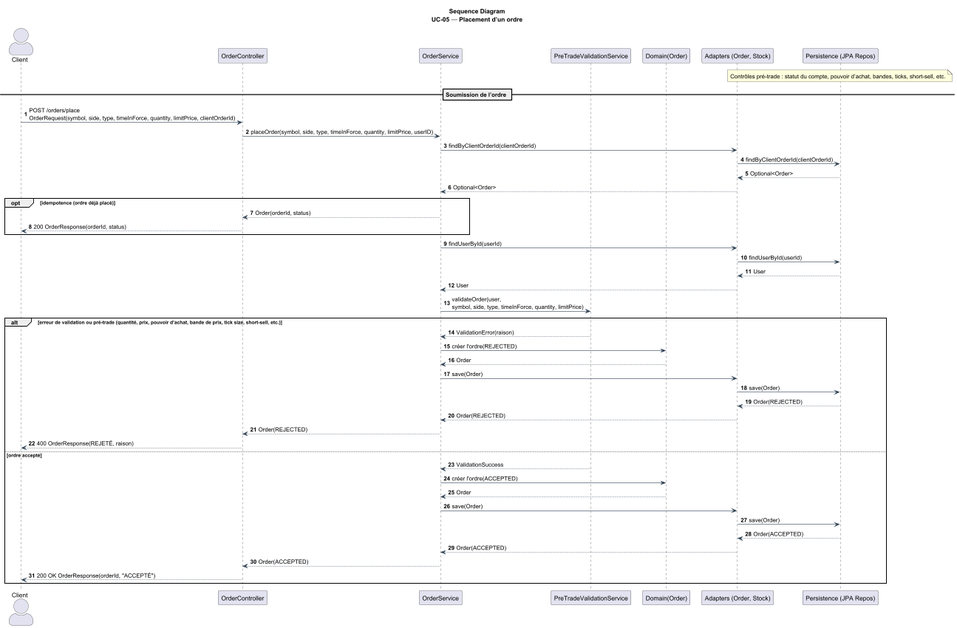
Before: docs/architecture/4+1/processView/sequenceDiagrams/sequenceDiagramUC05.png, a diagram exported from PlantUML (Hugo-12341234/BrokerX_MicroServices). Its diagram source:
```plantuml
@startuml

title Sequence Diagram\nUC-05 — Placement d’un ordre

skinparam ParticipantPadding 8
skinparam BoxPadding 6
skinparam Shadowing false
skinparam ArrowColor #2c3e50
skinparam ActorStyle awesome
autonumber

actor Client
participant OrderController
participant OrderService
participant PreTradeValidationService
participant "Domain(Order)" as Domain
participant "Adapters (Order, Stock)" as Adapters
participant "Persistence (JPA Repos)" as Persistence

note over Persistence
Contrôles pré-trade : statut du compte, pouvoir d’achat, bandes, ticks, short-sell, etc.
end note

== Soumission de l’ordre ==
Client -> OrderController: POST /orders/place\nOrderRequest(symbol, side, type, timeInForce, quantity, limitPrice, clientOrderId)
OrderController -> OrderService: placeOrder(symbol, side, type, timeInForce, quantity, limitPrice, userID)

OrderService -> Adapters: findByClientOrderId(clientOrderId)
Adapters -> Persistence: findByClientOrderId(clientOrderId)
Persistence --> Adapters: Optional<Order>
Adapters --> OrderService: Optional<Order>

opt idempotence (ordre déjà placé)
    OrderService --> OrderController: Order(orderId, status)
    OrderController --> Client: 200 OrderResponse(orderId, status)
end

OrderService -> Adapters: findUserById(userId)
  Adapters -> Persistence: findUserById(userId)
  Persistence --> Adapters: User
  Adapters --> OrderService: User

OrderService -> PreTradeValidationService: validateOrder(user,\nsymbol, side, type, timeInForce, quantity, limitPrice)

alt erreur de validation ou pré-trade (quantité, prix, pouvoir d’achat, bande de prix, tick size, short-sell, etc.)
  PreTradeValidationService --> OrderService: ValidationError(raison)
    OrderService -> Domain: créer l'ordre(REJECTED)
      Domain --> OrderService: Order
      OrderService -> Adapters: save(Order)
    Adapters -> Persistence: save(Order)
    Persistence --> Adapters: Order(REJECTED)
    Adapters --> OrderService: Order(REJECTED)
  OrderService --> OrderController: Order(REJECTED)
  OrderController --> Client: 400 OrderResponse(REJETÉ, raison)
else ordre accepté
    PreTradeValidationService --> OrderService: ValidationSuccess
  OrderService -> Domain: créer l'ordre(ACCEPTED)
    Domain --> OrderService: Order
    OrderService -> Adapters: save(Order)
  Adapters -> Persistence: save(Order)
  Persistence --> Adapters: Order(ACCEPTED)
  Adapters --> OrderService: Order(ACCEPTED)

  OrderService --> OrderController: Order(ACCEPTED)
  OrderController --> Client: 200 OK OrderResponse(orderId, "ACCEPTÉ")
end

@enduml
```
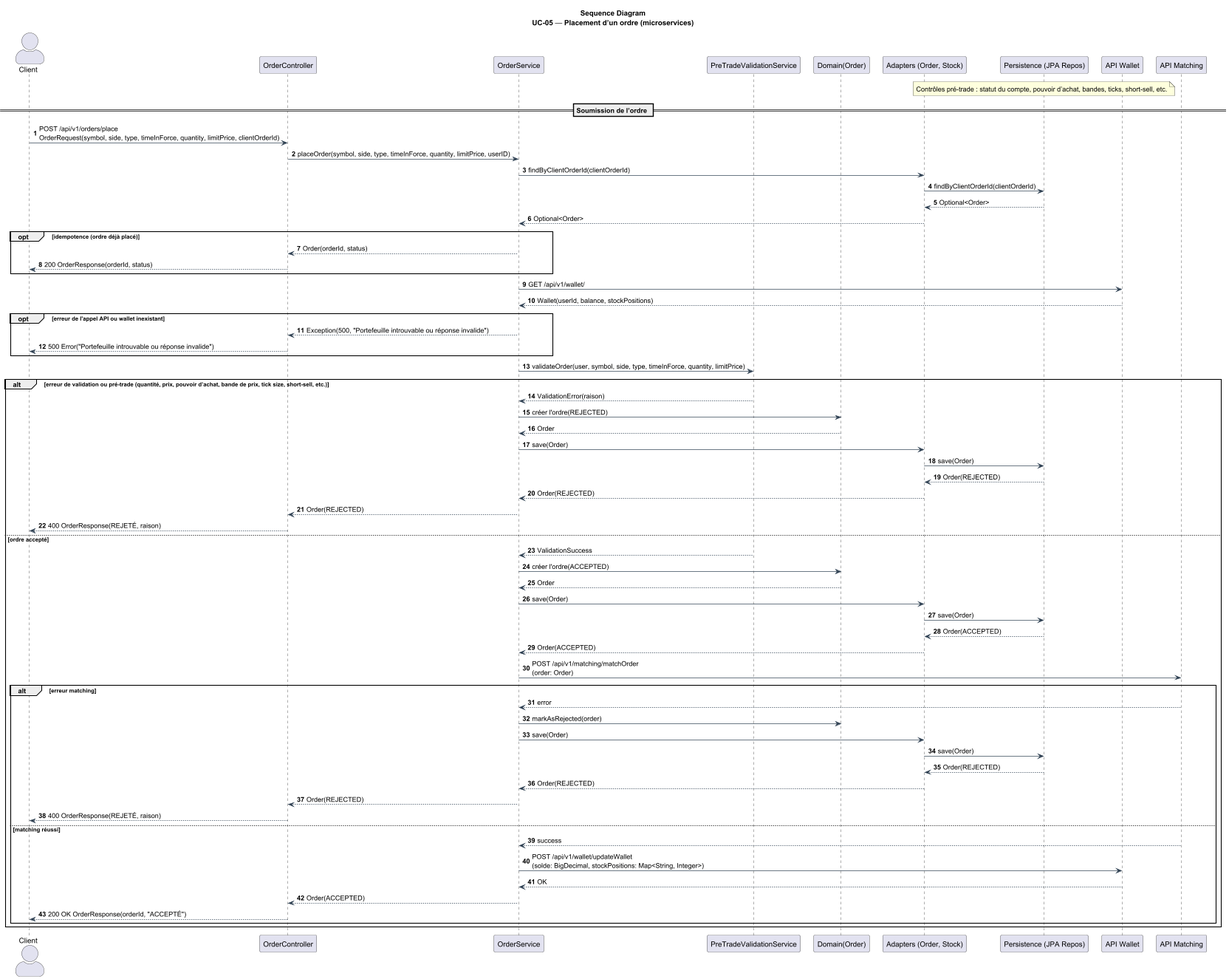
After the change.

What changed in the source:
```diff
@@ -1,6 +1,6 @@
 @startuml
 
-title Sequence Diagram\nUC-05 — Placement d’un ordre
+title Sequence Diagram\nUC-05 — Placement d’un ordre (microservices)
 
 skinparam ParticipantPadding 8
 skinparam BoxPadding 6
@@ -16,13 +16,15 @@
 participant "Domain(Order)" as Domain
 participant "Adapters (Order, Stock)" as Adapters
 participant "Persistence (JPA Repos)" as Persistence
+participant "API Wallet" as WalletAPI
+participant "API Matching" as MatchingAPI
 
 note over Persistence
 Contrôles pré-trade : statut du compte, pouvoir d’achat, bandes, ticks, short-sell, etc.
 end note
 
 == Soumission de l’ordre ==
-Client -> OrderController: POST /orders/place\nOrderRequest(symbol, side, type, timeInForce, quantity, limitPrice, clientOrderId)
+Client -> OrderController: POST /api/v1/orders/place\nOrderRequest(symbol, side, type, timeInForce, quantity, limitPrice, clientOrderId)
 OrderController -> OrderService: placeOrder(symbol, side, type, timeInForce, quantity, limitPrice, userID)
 
 OrderService -> Adapters: findByClientOrderId(clientOrderId)
@@ -35,12 +37,15 @@
     OrderController --> Client: 200 OrderResponse(orderId, status)
 end
 
-OrderService -> Adapters: findUserById(userId)
-  Adapters -> Persistence: findUserById(userId)
-  Persistence --> Adapters: User
-  Adapters --> OrderService: User
+OrderService -> WalletAPI: GET /api/v1/wallet/
+WalletAPI --> OrderService: Wallet(userId, balance, stockPositions)
 
-OrderService -> PreTradeValidationService: validateOrder(user,\nsymbol, side, type, timeInForce, quantity, limitPrice)
+opt erreur de l'appel API ou wallet inexistant
+  OrderService --> OrderController: Exception(500, "Portefeuille introuvable ou réponse invalide")
+  OrderController --> Client: 500 Error("Portefeuille introuvable ou réponse invalide")
+end
+
+OrderService -> PreTradeValidationService: validateOrder(user, symbol, side, type, timeInForce, quantity, limitPrice)
 
 alt erreur de validation ou pré-trade (quantité, prix, pouvoir d’achat, bande de prix, tick size, short-sell, etc.)
   PreTradeValidationService --> OrderService: ValidationError(raison)
@@ -61,8 +66,23 @@
   Persistence --> Adapters: Order(ACCEPTED)
   Adapters --> OrderService: Order(ACCEPTED)
 
-  OrderService --> OrderController: Order(ACCEPTED)
-  OrderController --> Client: 200 OK OrderResponse(orderId, "ACCEPTÉ")
+  OrderService -> MatchingAPI: POST /api/v1/matching/matchOrder\n(order: Order)
+  alt erreur matching
+    MatchingAPI --> OrderService: error
+    OrderService -> Domain: markAsRejected(order)
+    OrderService -> Adapters: save(Order)
+    Adapters -> Persistence: save(Order)
+    Persistence --> Adapters: Order(REJECTED)
+    Adapters --> OrderService: Order(REJECTED)
+    OrderService --> OrderController: Order(REJECTED)
+    OrderController --> Client: 400 OrderResponse(REJETÉ, raison)
+  else matching réussi
+    MatchingAPI --> OrderService: success
+    OrderService -> WalletAPI: POST /api/v1/wallet/updateWallet\n(solde: BigDecimal, stockPositions: Map<String, Integer>)
+    WalletAPI --> OrderService: OK
+    OrderService --> OrderController: Order(ACCEPTED)
+    OrderController --> Client: 200 OK OrderResponse(orderId, "ACCEPTÉ")
+  end
 end
 
 @enduml
```
